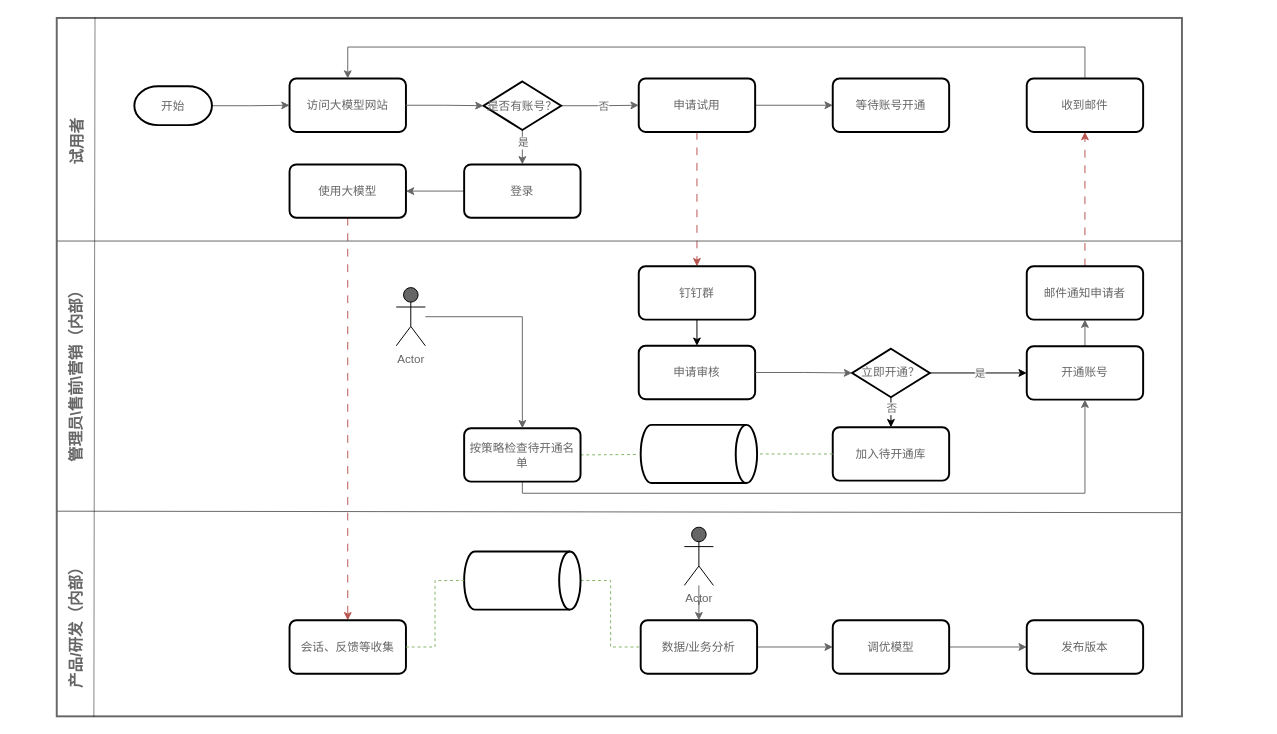
The draw.io diagram cihon-LLM.drawio in Max-yuki/share, before the edit. Source tidied: cells renumbered, new cells numbered last; positions are measured from the earlier drawing's top-left corner, leaving out a move shared by most shapes. Both pictures are drawn from the tidied source at 97%, with x=0, y=0 at pixel (-16, 17).
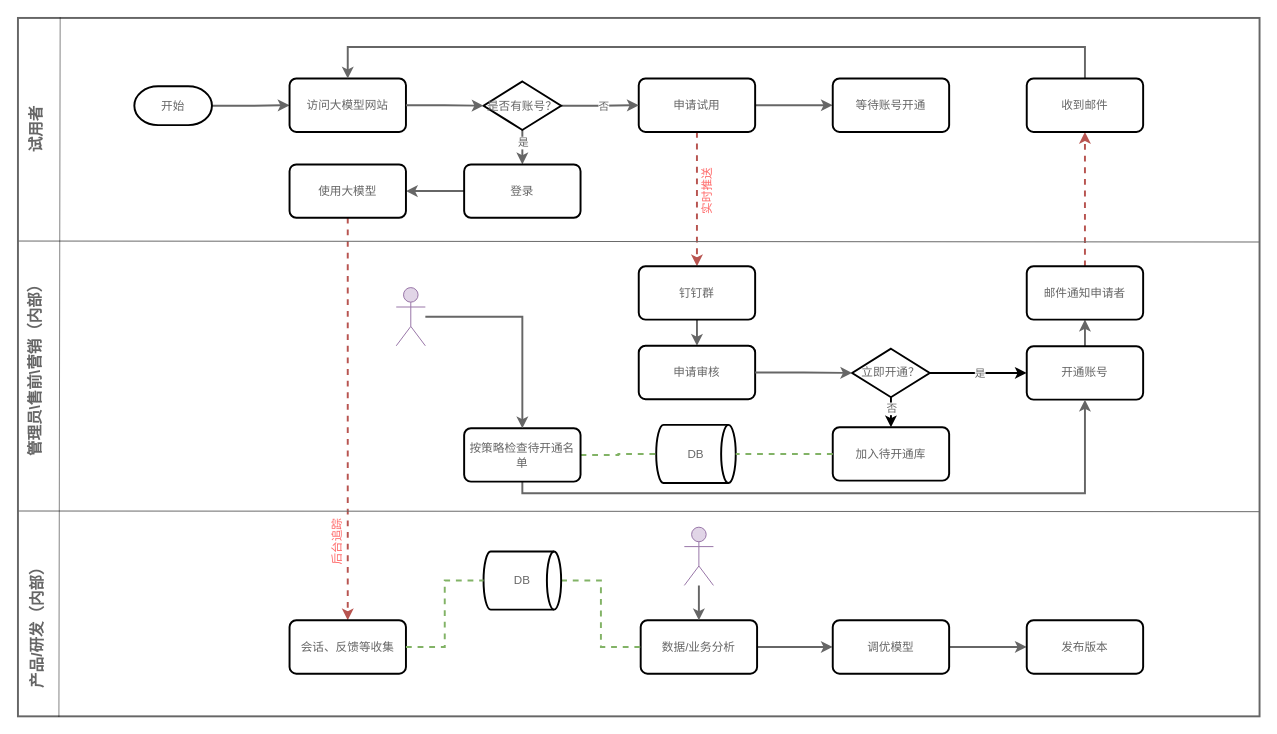
After the change.

The change refers to these unchanged cells:
```xml
<mxCell id="4" value="开始" style="strokeWidth=2;html=1;shape=mxgraph.flowchart.terminator;whiteSpace=wrap;fontColor=#666666;" parent="1" vertex="1">
  <mxGeometry x="154" y="70.5" width="80" height="40" as="geometry" />
</mxCell>
<mxCell id="5" value="访问大模型网站" style="rounded=1;whiteSpace=wrap;html=1;absoluteArcSize=1;arcSize=14;strokeWidth=2;fontColor=#666666;" parent="1" vertex="1">
  <mxGeometry x="314" y="62.5" width="120" height="55" as="geometry" />
</mxCell>
<mxCell id="8" value="申请试用" style="rounded=1;whiteSpace=wrap;html=1;absoluteArcSize=1;arcSize=14;strokeWidth=2;fontColor=#666666;" parent="1" vertex="1">
  <mxGeometry x="674" y="62.5" width="120" height="55" as="geometry" />
</mxCell>
<mxCell id="9" value="等待账号开通" style="rounded=1;whiteSpace=wrap;html=1;absoluteArcSize=1;arcSize=14;strokeWidth=2;fontColor=#666666;" parent="1" vertex="1">
  <mxGeometry x="874" y="62.5" width="120" height="55" as="geometry" />
</mxCell>
<mxCell id="11" value="钉钉群" style="rounded=1;whiteSpace=wrap;html=1;absoluteArcSize=1;arcSize=14;strokeWidth=2;fontColor=#666666;" parent="1" vertex="1">
  <mxGeometry x="674" y="256" width="120" height="55" as="geometry" />
</mxCell>
<mxCell id="12" value="申请审核" style="rounded=1;whiteSpace=wrap;html=1;absoluteArcSize=1;arcSize=14;strokeWidth=2;fontColor=#666666;" parent="1" vertex="1">
  <mxGeometry x="674" y="338" width="120" height="55" as="geometry" />
</mxCell>
<mxCell id="14" value="开通账号" style="rounded=1;whiteSpace=wrap;html=1;absoluteArcSize=1;arcSize=14;strokeWidth=2;fontColor=#666666;" parent="1" vertex="1">
  <mxGeometry x="1074" y="338.5" width="120" height="55" as="geometry" />
</mxCell>
<mxCell id="15" value="加入待开通库" style="rounded=1;whiteSpace=wrap;html=1;absoluteArcSize=1;arcSize=14;strokeWidth=2;fontColor=#666666;" parent="1" vertex="1">
  <mxGeometry x="874" y="422" width="120" height="55" as="geometry" />
</mxCell>
<mxCell id="17" value="邮件通知申请者" style="rounded=1;whiteSpace=wrap;html=1;absoluteArcSize=1;arcSize=14;strokeWidth=2;fontColor=#666666;" parent="1" vertex="1">
  <mxGeometry x="1074" y="256" width="120" height="55" as="geometry" />
</mxCell>
<mxCell id="19" value="收到邮件" style="rounded=1;whiteSpace=wrap;html=1;absoluteArcSize=1;arcSize=14;strokeWidth=2;fontColor=#666666;" parent="1" vertex="1">
  <mxGeometry x="1074" y="62.5" width="120" height="55" as="geometry" />
</mxCell>
<mxCell id="24" value="是否有账号？" style="strokeWidth=2;html=1;shape=mxgraph.flowchart.decision;whiteSpace=wrap;fontColor=#666666;" parent="1" vertex="1">
  <mxGeometry x="514" y="65.5" width="80" height="50" as="geometry" />
</mxCell>
<mxCell id="26" value="登录" style="rounded=1;whiteSpace=wrap;html=1;absoluteArcSize=1;arcSize=14;strokeWidth=2;fontColor=#666666;" parent="1" vertex="1">
  <mxGeometry x="494" y="151" width="120" height="55" as="geometry" />
</mxCell>
<mxCell id="28" value="使用大模型" style="rounded=1;whiteSpace=wrap;html=1;absoluteArcSize=1;arcSize=14;strokeWidth=2;fontColor=#666666;" parent="1" vertex="1">
  <mxGeometry x="314" y="151" width="120" height="55" as="geometry" />
</mxCell>
<mxCell id="29" value="会话、反馈等收集" style="rounded=1;whiteSpace=wrap;html=1;absoluteArcSize=1;arcSize=14;strokeWidth=2;fontColor=#666666;" parent="1" vertex="1">
  <mxGeometry x="314" y="621" width="120" height="55" as="geometry" />
</mxCell>
<mxCell id="31" value="数据/业务分析" style="rounded=1;whiteSpace=wrap;html=1;absoluteArcSize=1;arcSize=14;strokeWidth=2;fontColor=#666666;" parent="1" vertex="1">
  <mxGeometry x="676" y="621" width="120" height="55" as="geometry" />
</mxCell>
<mxCell id="33" value="调优模型" style="rounded=1;whiteSpace=wrap;html=1;absoluteArcSize=1;arcSize=14;strokeWidth=2;fontColor=#666666;" parent="1" vertex="1">
  <mxGeometry x="874" y="621" width="120" height="55" as="geometry" />
</mxCell>
<mxCell id="41" value="立即开通？" style="strokeWidth=2;html=1;shape=mxgraph.flowchart.decision;whiteSpace=wrap;fontColor=#666666;" parent="1" vertex="1">
  <mxGeometry x="894" y="341" width="80" height="50" as="geometry" />
</mxCell>
<mxCell id="44" value="按策略检查待开通名单" style="rounded=1;whiteSpace=wrap;html=1;absoluteArcSize=1;arcSize=14;strokeWidth=2;fontColor=#666666;" parent="1" vertex="1">
  <mxGeometry x="494" y="423" width="120" height="55" as="geometry" />
</mxCell>
<mxCell id="52" value="发布版本" style="rounded=1;whiteSpace=wrap;html=1;absoluteArcSize=1;arcSize=14;strokeWidth=2;fontColor=#666666;" parent="1" vertex="1">
  <mxGeometry x="1074" y="621" width="120" height="55" as="geometry" />
</mxCell>
```

Diff of the diagram source:
```diff
@@
     <mxCell id="2" style="rounded=0;whiteSpace=wrap;html=1;fillColor=none;fontColor=#666666;strokeColor=#666666;strokeWidth=2;" parent="1" vertex="1">
-      <mxGeometry x="74" width="1160" height="720" as="geometry" />
+      <mxGeometry x="34" width="1280" height="720" as="geometry" />
     </mxCell>
-    <mxCell id="3" style="edgeStyle=orthogonalEdgeStyle;rounded=0;jettySize=auto;html=1;exitX=1;exitY=0.5;exitDx=0;exitDy=0;exitPerimeter=0;entryX=0;entryY=0.5;entryDx=0;entryDy=0;fontColor=#666666;strokeColor=#666666;" parent="1" edge="1" source="4" target="5">
+    <mxCell id="3" style="edgeStyle=orthogonalEdgeStyle;rounded=0;jettySize=auto;html=1;exitX=1;exitY=0.5;exitDx=0;exitDy=0;exitPerimeter=0;entryX=0;entryY=0.5;entryDx=0;entryDy=0;fontColor=#666666;strokeColor=#666666;strokeWidth=2;" parent="1" edge="1" source="4" target="5">
       <mxGeometry relative="1" as="geometry" />
     </mxCell>
@@
-    <mxCell id="6" style="edgeStyle=orthogonalEdgeStyle;rounded=0;jettySize=auto;html=1;exitX=1;exitY=0.5;exitDx=0;exitDy=0;entryX=0;entryY=0.5;entryDx=0;entryDy=0;fontColor=#666666;strokeColor=#666666;" parent="1" edge="1" source="8" target="9">
+    <mxCell id="6" style="edgeStyle=orthogonalEdgeStyle;rounded=0;jettySize=auto;html=1;exitX=1;exitY=0.5;exitDx=0;exitDy=0;entryX=0;entryY=0.5;entryDx=0;entryDy=0;fontColor=#666666;strokeColor=#666666;strokeWidth=2;" parent="1" edge="1" source="8" target="9">
       <mxGeometry relative="1" as="geometry" />
     </mxCell>
-    <mxCell id="7" style="edgeStyle=orthogonalEdgeStyle;rounded=0;jettySize=auto;html=1;entryX=0.5;entryY=0;entryDx=0;entryDy=0;dashed=1;fillColor=#f8cecc;strokeColor=#b85450;dashPattern=8 8;fontColor=#666666;" parent="1" edge="1" source="8" target="11">
+    <mxCell id="7" style="edgeStyle=orthogonalEdgeStyle;rounded=0;jettySize=auto;html=1;entryX=0.5;entryY=0;entryDx=0;entryDy=0;dashed=1;fillColor=#f8cecc;strokeColor=#b85450;fontColor=#666666;strokeWidth=2;" parent="1" edge="1" source="8" target="11">
       <mxGeometry relative="1" as="geometry" />
     </mxCell>
@@
-    <mxCell id="10" style="edgeStyle=orthogonalEdgeStyle;rounded=0;jettySize=auto;html=1;exitX=0.5;exitY=1;exitDx=0;exitDy=0;entryX=0.5;entryY=0;entryDx=0;entryDy=0;fontColor=#666666;" parent="1" edge="1" source="11" target="12">
+    <mxCell id="10" style="edgeStyle=orthogonalEdgeStyle;rounded=0;jettySize=auto;html=1;exitX=0.5;exitY=1;exitDx=0;exitDy=0;entryX=0.5;entryY=0;entryDx=0;entryDy=0;fontColor=#666666;strokeWidth=2;strokeColor=#666666;" parent="1" edge="1" source="11" target="12">
       <mxGeometry relative="1" as="geometry" />
     </mxCell>
@@
-    <mxCell id="13" style="edgeStyle=orthogonalEdgeStyle;rounded=0;jettySize=auto;html=1;exitX=0.5;exitY=0;exitDx=0;exitDy=0;entryX=0.5;entryY=1;entryDx=0;entryDy=0;fontColor=#666666;strokeColor=#666666;" parent="1" edge="1" source="14" target="17">
+    <mxCell id="13" style="edgeStyle=orthogonalEdgeStyle;rounded=0;jettySize=auto;html=1;exitX=0.5;exitY=0;exitDx=0;exitDy=0;entryX=0.5;entryY=1;entryDx=0;entryDy=0;fontColor=#666666;strokeColor=#666666;strokeWidth=2;" parent="1" edge="1" source="14" target="17">
       <mxGeometry relative="1" as="geometry" />
     </mxCell>
@@
-    <mxCell id="16" style="edgeStyle=orthogonalEdgeStyle;rounded=0;jettySize=auto;html=1;exitX=0.5;exitY=0;exitDx=0;exitDy=0;entryX=0.5;entryY=1;entryDx=0;entryDy=0;fillColor=#f8cecc;strokeColor=#b85450;dashed=1;dashPattern=8 8;fontColor=#666666;" parent="1" edge="1" source="17" target="19">
+    <mxCell id="16" style="edgeStyle=orthogonalEdgeStyle;rounded=0;jettySize=auto;html=1;exitX=0.5;exitY=0;exitDx=0;exitDy=0;entryX=0.5;entryY=1;entryDx=0;entryDy=0;fillColor=#f8cecc;strokeColor=#b85450;dashed=1;fontColor=#666666;strokeWidth=2;" parent="1" edge="1" source="17" target="19">
       <mxGeometry relative="1" as="geometry" />
     </mxCell>
@@
-    <mxCell id="18" style="edgeStyle=orthogonalEdgeStyle;rounded=0;jettySize=auto;html=1;exitX=0.5;exitY=0;exitDx=0;exitDy=0;entryX=0.5;entryY=0;entryDx=0;entryDy=0;fontColor=#666666;strokeColor=#666666;" parent="1" edge="1" source="19" target="5">
+    <mxCell id="18" style="edgeStyle=orthogonalEdgeStyle;rounded=0;jettySize=auto;html=1;exitX=0.5;exitY=0;exitDx=0;exitDy=0;entryX=0.5;entryY=0;entryDx=0;entryDy=0;fontColor=#666666;strokeColor=#666666;strokeWidth=2;" parent="1" edge="1" source="19" target="5">
       <mxGeometry relative="1" as="geometry">
         <Array as="points">
           <mxPoint x="1134" y="30" />
           <mxPoint x="374" y="30" />
         </Array>
       </mxGeometry>
     </mxCell>
@@
-    <mxCell id="20" style="edgeStyle=orthogonalEdgeStyle;rounded=0;jettySize=auto;html=1;exitX=1;exitY=0.5;exitDx=0;exitDy=0;exitPerimeter=0;entryX=0;entryY=0.5;entryDx=0;entryDy=0;fontColor=#666666;strokeColor=#666666;" parent="1" edge="1" source="24" target="8">
+    <mxCell id="20" style="edgeStyle=orthogonalEdgeStyle;rounded=0;jettySize=auto;html=1;exitX=1;exitY=0.5;exitDx=0;exitDy=0;exitPerimeter=0;entryX=0;entryY=0.5;entryDx=0;entryDy=0;fontColor=#666666;strokeColor=#666666;strokeWidth=2;" parent="1" edge="1" source="24" target="8">
       <mxGeometry relative="1" as="geometry" />
     </mxCell>
@@
-    <mxCell id="22" style="edgeStyle=orthogonalEdgeStyle;rounded=0;jettySize=auto;html=1;exitX=0.5;exitY=1;exitDx=0;exitDy=0;exitPerimeter=0;entryX=0.5;entryY=0;entryDx=0;entryDy=0;fontColor=#666666;strokeColor=#666666;" parent="1" edge="1" source="24" target="26">
+    <mxCell id="22" style="edgeStyle=orthogonalEdgeStyle;rounded=0;jettySize=auto;html=1;exitX=0.5;exitY=1;exitDx=0;exitDy=0;exitPerimeter=0;entryX=0.5;entryY=0;entryDx=0;entryDy=0;fontColor=#666666;strokeColor=#666666;strokeWidth=2;" parent="1" edge="1" source="24" target="26">
       <mxGeometry relative="1" as="geometry" />
     </mxCell>
@@
-    <mxCell id="25" style="edgeStyle=orthogonalEdgeStyle;rounded=0;jettySize=auto;html=1;exitX=0;exitY=0.5;exitDx=0;exitDy=0;entryX=1;entryY=0.5;entryDx=0;entryDy=0;fontColor=#666666;strokeColor=#666666;" parent="1" edge="1" source="26" target="28">
+    <mxCell id="25" style="edgeStyle=orthogonalEdgeStyle;rounded=0;jettySize=auto;html=1;exitX=0;exitY=0.5;exitDx=0;exitDy=0;entryX=1;entryY=0.5;entryDx=0;entryDy=0;fontColor=#666666;strokeColor=#666666;strokeWidth=2;" parent="1" edge="1" source="26" target="28">
       <mxGeometry relative="1" as="geometry" />
     </mxCell>
@@
-    <mxCell id="27" style="edgeStyle=orthogonalEdgeStyle;rounded=0;jettySize=auto;html=1;exitX=0.5;exitY=1;exitDx=0;exitDy=0;entryX=0.5;entryY=0;entryDx=0;entryDy=0;dashed=1;dashPattern=8 8;fillColor=#f8cecc;strokeColor=#b85450;fontColor=#666666;" parent="1" edge="1" source="28" target="29">
+    <mxCell id="27" style="edgeStyle=orthogonalEdgeStyle;rounded=0;jettySize=auto;html=1;exitX=0.5;exitY=1;exitDx=0;exitDy=0;entryX=0.5;entryY=0;entryDx=0;entryDy=0;dashed=1;fillColor=#f8cecc;strokeColor=#b85450;fontColor=#666666;fontStyle=1;strokeWidth=2;" parent="1" edge="1" source="28" target="29">
       <mxGeometry relative="1" as="geometry" />
     </mxCell>
@@
-    <mxCell id="30" style="edgeStyle=orthogonalEdgeStyle;rounded=0;jettySize=auto;html=1;exitX=1;exitY=0.5;exitDx=0;exitDy=0;entryX=0;entryY=0.5;entryDx=0;entryDy=0;fontColor=#666666;strokeColor=#666666;" parent="1" edge="1" source="31" target="33">
+    <mxCell id="30" style="edgeStyle=orthogonalEdgeStyle;rounded=0;jettySize=auto;html=1;exitX=1;exitY=0.5;exitDx=0;exitDy=0;entryX=0;entryY=0.5;entryDx=0;entryDy=0;fontColor=#666666;strokeColor=#666666;strokeWidth=2;" parent="1" edge="1" source="31" target="33">
       <mxGeometry relative="1" as="geometry" />
     </mxCell>
@@
-    <mxCell id="32" style="edgeStyle=orthogonalEdgeStyle;rounded=0;jettySize=auto;html=1;exitX=1;exitY=0.5;exitDx=0;exitDy=0;entryX=0;entryY=0.5;entryDx=0;entryDy=0;fontColor=#666666;strokeColor=#666666;" parent="1" edge="1" source="33" target="52">
+    <mxCell id="32" style="edgeStyle=orthogonalEdgeStyle;rounded=0;jettySize=auto;html=1;exitX=1;exitY=0.5;exitDx=0;exitDy=0;entryX=0;entryY=0.5;entryDx=0;entryDy=0;fontColor=#666666;strokeColor=#666666;strokeWidth=2;" parent="1" edge="1" source="33" target="52">
       <mxGeometry relative="1" as="geometry" />
     </mxCell>
@@
-    <mxCell id="34" style="edgeStyle=orthogonalEdgeStyle;rounded=0;jettySize=auto;html=1;exitX=1;exitY=0.5;exitDx=0;exitDy=0;exitPerimeter=0;entryX=0;entryY=0.5;entryDx=0;entryDy=0;endArrow=none;endFill=0;dashed=1;fillColor=#d5e8d4;strokeColor=#82b366;fontColor=#666666;" parent="1" edge="1" source="35" target="31">
+    <mxCell id="34" style="edgeStyle=orthogonalEdgeStyle;rounded=0;jettySize=auto;html=1;exitX=1;exitY=0.5;exitDx=0;exitDy=0;exitPerimeter=0;entryX=0;entryY=0.5;entryDx=0;entryDy=0;endArrow=none;endFill=0;dashed=1;fillColor=#d5e8d4;strokeColor=#82b366;fontColor=#666666;strokeWidth=2;" parent="1" edge="1" source="35" target="31">
       <mxGeometry relative="1" as="geometry" />
     </mxCell>
-    <mxCell id="35" style="strokeWidth=2;html=1;shape=mxgraph.flowchart.direct_data;whiteSpace=wrap;fontColor=#666666;" parent="1" vertex="1">
-      <mxGeometry x="494" y="550" width="120" height="60" as="geometry" />
+    <mxCell id="35" value="DB" style="strokeWidth=2;html=1;shape=mxgraph.flowchart.direct_data;whiteSpace=wrap;fontColor=#666666;" parent="1" vertex="1">
+      <mxGeometry x="514" y="550" width="80" height="60" as="geometry" />
     </mxCell>
-    <mxCell id="36" style="strokeWidth=2;html=1;shape=mxgraph.flowchart.direct_data;whiteSpace=wrap;fontColor=#666666;" parent="1" vertex="1">
-      <mxGeometry x="676" y="419.5" width="120" height="60" as="geometry" />
+    <mxCell id="36" value="DB" style="strokeWidth=2;html=1;shape=mxgraph.flowchart.direct_data;whiteSpace=wrap;fontColor=#666666;" parent="1" vertex="1">
+      <mxGeometry x="692" y="419.5" width="82" height="60" as="geometry" />
     </mxCell>
-    <mxCell id="37" style="edgeStyle=orthogonalEdgeStyle;rounded=0;jettySize=auto;html=1;exitX=1;exitY=0.5;exitDx=0;exitDy=0;exitPerimeter=0;fontColor=#666666;" parent="1" edge="1" source="41" target="14">
+    <mxCell id="37" style="edgeStyle=orthogonalEdgeStyle;rounded=0;jettySize=auto;html=1;exitX=1;exitY=0.5;exitDx=0;exitDy=0;exitPerimeter=0;fontColor=#666666;strokeWidth=2;" parent="1" edge="1" source="41" target="14">
       <mxGeometry relative="1" as="geometry" />
     </mxCell>
@@
-    <mxCell id="39" style="edgeStyle=orthogonalEdgeStyle;rounded=0;jettySize=auto;html=1;exitX=0.5;exitY=1;exitDx=0;exitDy=0;exitPerimeter=0;entryX=0.5;entryY=0;entryDx=0;entryDy=0;fontColor=#666666;" parent="1" edge="1" source="41" target="15">
+    <mxCell id="39" style="edgeStyle=orthogonalEdgeStyle;rounded=0;jettySize=auto;html=1;exitX=0.5;exitY=1;exitDx=0;exitDy=0;exitPerimeter=0;entryX=0.5;entryY=0;entryDx=0;entryDy=0;fontColor=#666666;strokeWidth=2;" parent="1" edge="1" source="41" target="15">
       <mxGeometry relative="1" as="geometry" />
     </mxCell>
@@
-    <mxCell id="42" style="edgeStyle=orthogonalEdgeStyle;rounded=0;jettySize=auto;html=1;entryX=0.5;entryY=1;entryDx=0;entryDy=0;fontColor=#666666;strokeColor=#666666;" parent="1" edge="1" source="44" target="14">
+    <mxCell id="42" style="edgeStyle=orthogonalEdgeStyle;rounded=0;jettySize=auto;html=1;entryX=0.5;entryY=1;entryDx=0;entryDy=0;fontColor=#666666;strokeColor=#666666;strokeWidth=2;" parent="1" edge="1" source="44" target="14">
       <mxGeometry relative="1" as="geometry">
         <Array as="points">
           <mxPoint x="554" y="490" />
           <mxPoint x="1134" y="490" />
         </Array>
       </mxGeometry>
     </mxCell>
-    <mxCell id="43" style="edgeStyle=orthogonalEdgeStyle;rounded=0;jettySize=auto;html=1;exitX=1;exitY=0.5;exitDx=0;exitDy=0;endArrow=none;endFill=0;fillColor=#d5e8d4;strokeColor=#82b366;dashed=1;fontColor=#666666;" parent="1" edge="1" source="44">
-      <mxGeometry relative="1" as="geometry">
-        <mxPoint x="674" y="450" as="targetPoint" />
-      </mxGeometry>
+    <mxCell id="43" style="edgeStyle=orthogonalEdgeStyle;rounded=0;jettySize=auto;html=1;exitX=1;exitY=0.5;exitDx=0;exitDy=0;endArrow=none;endFill=0;fillColor=#d5e8d4;strokeColor=#82b366;dashed=1;fontColor=#666666;entryX=0;entryY=0.5;entryDx=0;entryDy=0;entryPerimeter=0;strokeWidth=2;" parent="1" edge="1" source="44" target="36">
+      <mxGeometry relative="1" as="geometry" />
     </mxCell>
@@
-    <mxCell id="45" style="edgeStyle=orthogonalEdgeStyle;rounded=0;jettySize=auto;html=1;exitX=1;exitY=0.5;exitDx=0;exitDy=0;entryX=0;entryY=0.5;entryDx=0;entryDy=0;entryPerimeter=0;fontColor=#666666;strokeColor=#666666;" parent="1" edge="1" source="5" target="24">
+    <mxCell id="45" style="edgeStyle=orthogonalEdgeStyle;rounded=0;jettySize=auto;html=1;exitX=1;exitY=0.5;exitDx=0;exitDy=0;entryX=0;entryY=0.5;entryDx=0;entryDy=0;entryPerimeter=0;fontColor=#666666;strokeColor=#666666;strokeWidth=2;" parent="1" edge="1" source="5" target="24">
       <mxGeometry relative="1" as="geometry" />
     </mxCell>
-    <mxCell id="46" style="edgeStyle=orthogonalEdgeStyle;rounded=0;jettySize=auto;html=1;exitX=1;exitY=0.5;exitDx=0;exitDy=0;entryX=0;entryY=0.5;entryDx=0;entryDy=0;entryPerimeter=0;fontColor=#666666;strokeColor=#666666;" parent="1" edge="1" source="12" target="41">
+    <mxCell id="46" style="edgeStyle=orthogonalEdgeStyle;rounded=0;jettySize=auto;html=1;exitX=1;exitY=0.5;exitDx=0;exitDy=0;entryX=0;entryY=0.5;entryDx=0;entryDy=0;entryPerimeter=0;fontColor=#666666;strokeColor=#666666;strokeWidth=2;" parent="1" edge="1" source="12" target="41">
       <mxGeometry relative="1" as="geometry" />
     </mxCell>
-    <mxCell id="47" style="edgeStyle=orthogonalEdgeStyle;rounded=0;jettySize=auto;html=1;entryX=0.5;entryY=0;entryDx=0;entryDy=0;fontColor=#666666;strokeColor=#666666;" parent="1" edge="1" source="48" target="44">
+    <mxCell id="47" style="edgeStyle=orthogonalEdgeStyle;rounded=0;jettySize=auto;html=1;entryX=0.5;entryY=0;entryDx=0;entryDy=0;fontColor=#666666;strokeColor=#666666;strokeWidth=2;" parent="1" edge="1" source="48" target="44">
       <mxGeometry relative="1" as="geometry" />
     </mxCell>
-    <mxCell id="48" value="Actor" style="shape=umlActor;verticalLabelPosition=bottom;verticalAlign=top;html=1;outlineConnect=0;fillColor=#666666;fontColor=#666666;" parent="1" vertex="1">
+    <mxCell id="48" style="shape=umlActor;verticalLabelPosition=bottom;verticalAlign=top;html=1;outlineConnect=0;fillColor=#e1d5e7;strokeColor=#9673a6;" parent="1" vertex="1">
       <mxGeometry x="424" y="278" width="30" height="60" as="geometry" />
     </mxCell>
-    <mxCell id="49" style="edgeStyle=orthogonalEdgeStyle;rounded=0;jettySize=auto;html=1;exitX=0;exitY=0.5;exitDx=0;exitDy=0;entryX=1;entryY=0.5;entryDx=0;entryDy=0;entryPerimeter=0;dashed=1;fillColor=#d5e8d4;strokeColor=#82b366;startArrow=none;startFill=0;endArrow=none;endFill=0;fontColor=#666666;" parent="1" edge="1" source="15" target="36">
+    <mxCell id="49" style="edgeStyle=orthogonalEdgeStyle;rounded=0;jettySize=auto;html=1;exitX=0;exitY=0.5;exitDx=0;exitDy=0;entryX=1;entryY=0.5;entryDx=0;entryDy=0;entryPerimeter=0;dashed=1;fillColor=#d5e8d4;strokeColor=#82b366;startArrow=none;startFill=0;endArrow=none;endFill=0;fontColor=#666666;strokeWidth=2;" parent="1" edge="1" source="15" target="36">
       <mxGeometry relative="1" as="geometry" />
     </mxCell>
-    <mxCell id="50" style="edgeStyle=orthogonalEdgeStyle;rounded=0;jettySize=auto;html=1;entryX=0.5;entryY=0;entryDx=0;entryDy=0;fontColor=#666666;strokeColor=#666666;" parent="1" edge="1" source="51" target="31">
+    <mxCell id="50" style="edgeStyle=orthogonalEdgeStyle;rounded=0;jettySize=auto;html=1;entryX=0.5;entryY=0;entryDx=0;entryDy=0;fontColor=#666666;strokeColor=#666666;strokeWidth=2;" parent="1" edge="1" source="51" target="31">
       <mxGeometry relative="1" as="geometry" />
     </mxCell>
-    <mxCell id="51" value="Actor" style="shape=umlActor;verticalLabelPosition=bottom;verticalAlign=top;html=1;outlineConnect=0;fillColor=#666666;fontColor=#666666;" parent="1" vertex="1">
+    <mxCell id="51" style="shape=umlActor;verticalLabelPosition=bottom;verticalAlign=top;html=1;outlineConnect=0;fillColor=#e1d5e7;strokeColor=#9673a6;" parent="1" vertex="1">
       <mxGeometry x="721" y="525" width="30" height="60" as="geometry" />
     </mxCell>
@@
-    <mxCell id="53" style="edgeStyle=orthogonalEdgeStyle;rounded=0;jettySize=auto;html=1;exitX=1;exitY=0.5;exitDx=0;exitDy=0;endArrow=none;endFill=0;dashed=1;fillColor=#d5e8d4;strokeColor=#82b366;entryX=0;entryY=0.5;entryDx=0;entryDy=0;entryPerimeter=0;fontColor=#666666;" parent="1" edge="1" source="29" target="35">
+    <mxCell id="53" style="edgeStyle=orthogonalEdgeStyle;rounded=0;jettySize=auto;html=1;exitX=1;exitY=0.5;exitDx=0;exitDy=0;endArrow=none;endFill=0;dashed=1;fillColor=#d5e8d4;strokeColor=#82b366;entryX=0;entryY=0.5;entryDx=0;entryDy=0;entryPerimeter=0;fontColor=#666666;strokeWidth=2;" parent="1" edge="1" source="29" target="35">
       <mxGeometry relative="1" as="geometry" />
     </mxCell>
     <mxCell id="54" style="endArrow=none;html=1;rounded=0;fontColor=#666666;strokeColor=#666666;" parent="1" edge="1">
       <mxGeometry relative="1" as="geometry">
-        <mxPoint x="74" y="230" as="sourcePoint" />
-        <mxPoint x="1234" y="230" as="targetPoint" />
+        <mxPoint x="34" y="230" as="sourcePoint" />
+        <mxPoint x="1314" y="231" as="targetPoint" />
       </mxGeometry>
     </mxCell>
-    <mxCell id="55" style="endArrow=none;html=1;rounded=0;fontColor=#666666;strokeColor=#666666;" parent="1" edge="1">
+    <mxCell id="55" style="endArrow=none;html=1;rounded=0;fontColor=#666666;strokeColor=#666666;exitX=0;exitY=0.706;exitDx=0;exitDy=0;exitPerimeter=0;" parent="1" edge="1" source="2">
       <mxGeometry relative="1" as="geometry">
-        <mxPoint x="74" y="508.5" as="sourcePoint" />
-        <mxPoint x="1234" y="510" as="targetPoint" />
+        <mxPoint x="1314" y="509" as="targetPoint" />
       </mxGeometry>
     </mxCell>
@@
     <mxCell id="57" value="试用者" style="text;html=1;strokeColor=none;fillColor=none;align=center;verticalAlign=middle;whiteSpace=wrap;rounded=0;rotation=-90;fontStyle=1;fontSize=16;fontColor=#666666;" parent="1" vertex="1">
-      <mxGeometry x="59" y="112.5" width="70" height="30" as="geometry" />
+      <mxGeometry x="17" y="100" width="70" height="30" as="geometry" />
     </mxCell>
     <mxCell id="58" value="管理员\售前\营销（内部）" style="text;html=1;strokeColor=none;fillColor=none;align=center;verticalAlign=middle;whiteSpace=wrap;rounded=0;rotation=-90;fontStyle=1;fontSize=16;fontColor=#666666;" parent="1" vertex="1">
-      <mxGeometry x="0.2" y="351" width="187.5" height="30" as="geometry" />
+      <mxGeometry x="-42" y="345" width="187.5" height="30" as="geometry" />
     </mxCell>
     <mxCell id="59" value="产品/研发（内部）" style="text;html=1;strokeColor=none;fillColor=none;align=center;verticalAlign=middle;whiteSpace=wrap;rounded=0;rotation=-90;fontStyle=1;fontSize=16;fontColor=#666666;" parent="1" vertex="1">
-      <mxGeometry x="25.2" y="610" width="137.5" height="30" as="geometry" />
+      <mxGeometry x="-15.8" y="610" width="137.5" height="30" as="geometry" />
     </mxCell>
+    <mxCell id="60" value="实时推送" style="text;html=1;strokeColor=none;fillColor=none;align=center;verticalAlign=middle;whiteSpace=wrap;rounded=0;rotation=-90;fontStyle=0;fontColor=#FF6666;" parent="1" vertex="1">
+      <mxGeometry x="714" y="163.5" width="60" height="30" as="geometry" />
+    </mxCell>
+    <mxCell id="61" value="后台追踪" style="text;html=1;strokeColor=none;fillColor=none;align=center;verticalAlign=middle;whiteSpace=wrap;rounded=0;rotation=-90;fontStyle=0;fontColor=#FF6666;" parent="1" vertex="1">
+      <mxGeometry x="334" y="525" width="60" height="30" as="geometry" />
+    </mxCell>
```
